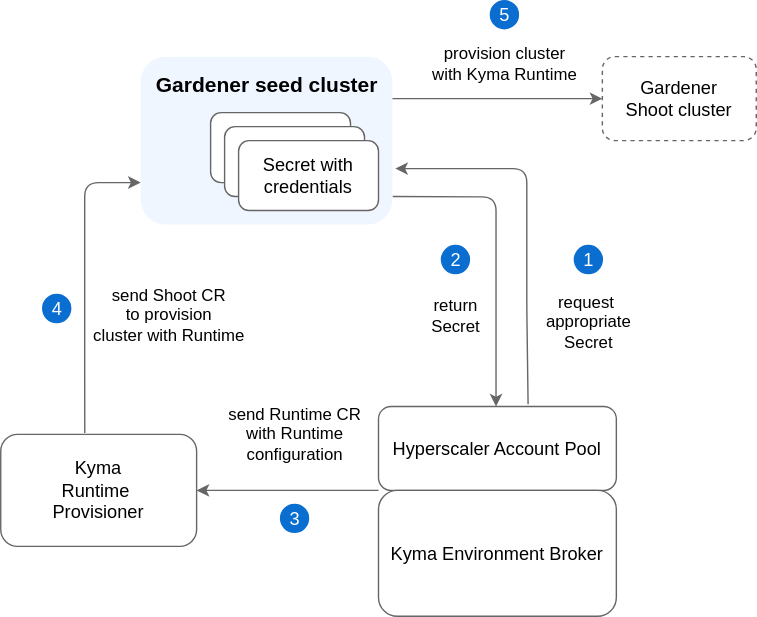
Above: docs/assets/hap-flow.drawio.svg in kyma-project/kyma-environment-broker (draw.io), before the change. Source tidied: cells renumbered, new cells last; positions are measured from the earlier drawing's top-left corner, leaving out a move shared by most shapes.
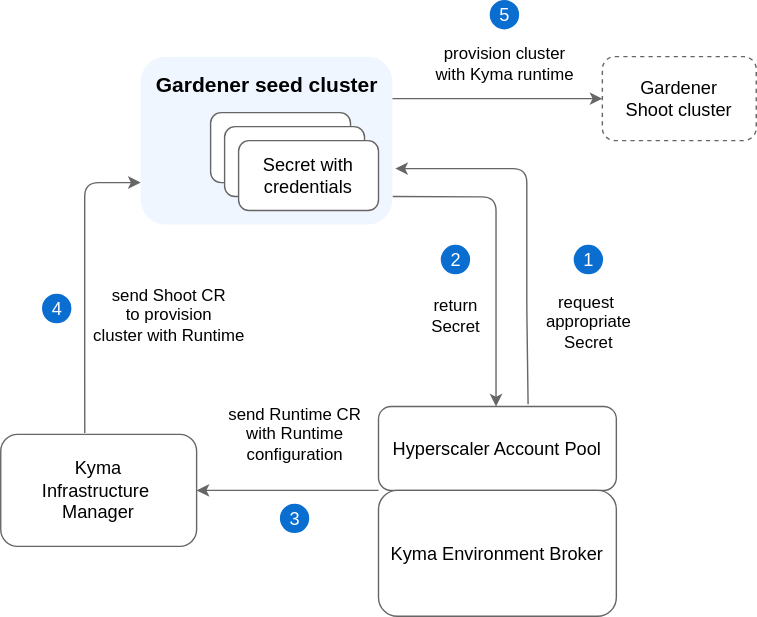
After the change.

Commit message:
Update HAP diagram

What changed in the source:
```diff
@@ -18,7 +18,7 @@
     <mxCell id="4" value="&lt;font style=&quot;font-size: 13px&quot;&gt;Gardener &lt;br&gt;Shoot cluster&lt;/font&gt;" style="rounded=1;whiteSpace=wrap;html=1;strokeColor=#666666;dashed=1;" parent="1" vertex="1">
       <mxGeometry x="430" y="40" width="110" height="60" as="geometry" />
     </mxCell>
-    <mxCell id="5" value="&lt;font style=&quot;font-size: 13px&quot;&gt;Kyma&lt;/font&gt;&lt;div&gt;&lt;font style=&quot;font-size: 13px&quot;&gt;Runtime&amp;nbsp;&lt;/font&gt;&lt;/div&gt;&lt;div&gt;&lt;font style=&quot;font-size: 13px&quot;&gt;Provisioner&lt;/font&gt;&lt;/div&gt;" style="rounded=1;whiteSpace=wrap;html=1;strokeColor=#666666;" parent="1" vertex="1">
+    <mxCell id="5" value="&lt;font style=&quot;font-size: 13px&quot;&gt;Kyma&lt;/font&gt;&lt;div&gt;&lt;font style=&quot;font-size: 13px&quot;&gt;Infrastructure&amp;nbsp;&lt;/font&gt;&lt;/div&gt;&lt;div&gt;&lt;font style=&quot;font-size: 13px&quot;&gt;Manager&lt;/font&gt;&lt;/div&gt;" style="rounded=1;whiteSpace=wrap;html=1;strokeColor=#666666;" parent="1" vertex="1">
       <mxGeometry y="310" width="140" height="80" as="geometry" />
     </mxCell>
     <mxCell id="6" value="&lt;b&gt;&lt;font style=&quot;font-size: 15px&quot;&gt;Gardener seed cluster&lt;/font&gt;&lt;/b&gt;" style="text;html=1;align=center;verticalAlign=middle;" parent="1" vertex="1">
@@ -118,8 +118,8 @@
     <mxCell id="32" value="5" style="text;html=1;align=center;verticalAlign=middle;fillColor=none;strokeColor=none;rounded=0;fontColor=#FFFFFF;fontSize=13;" parent="30" vertex="1">
       <mxGeometry width="20" height="20" as="geometry" />
     </mxCell>
-    <mxCell id="33" value="provision cluster &lt;br&gt;with Kyma Runtime" style="text;html=1;align=center;verticalAlign=middle;" parent="1" vertex="1">
-      <mxGeometry x="300" y="30" width="120" height="30" as="geometry" />
+    <mxCell id="33" value="provision cluster &lt;br&gt;with Kyma runtime" style="text;html=1;align=center;verticalAlign=middle;" parent="1" vertex="1">
+      <mxGeometry x="300" y="25" width="120" height="40" as="geometry" />
     </mxCell>
     <mxCell id="34" value="&lt;font style=&quot;font-size: 13px&quot;&gt;Hyperscaler Account Pool&lt;/font&gt;" style="rounded=1;whiteSpace=wrap;html=1;strokeColor=#666666;" parent="1" vertex="1">
       <mxGeometry x="270" y="290" width="170" height="60" as="geometry" />
```
